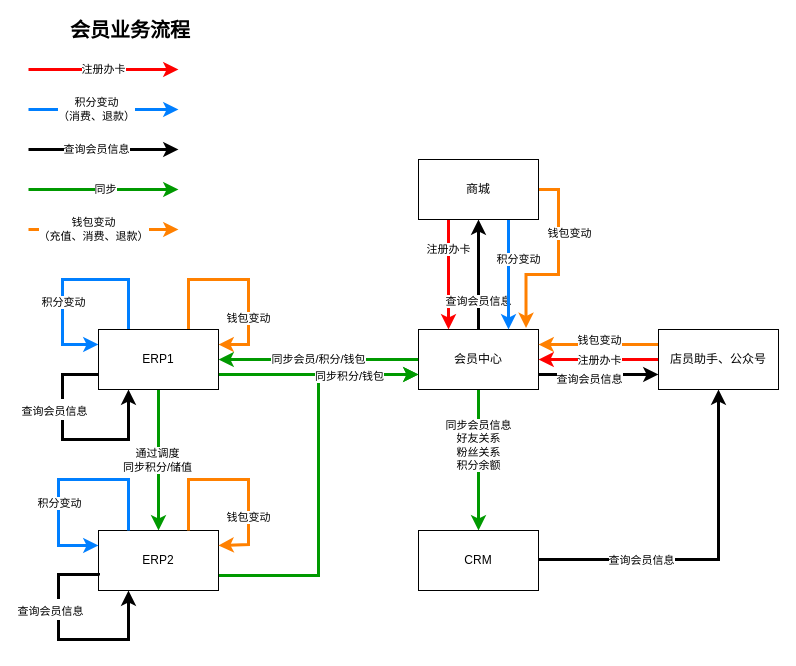
Before: page "会员业务流程" (1 of 13) of 多ERP会员流程.drawio in JustDoItHilary/HilarysTraining, a draw.io diagram. Source tidied: cells renumbered, new cells numbered last; positions are measured from the earlier drawing's top-left corner, leaving out a move shared by most shapes. Both pictures are drawn from the tidied source at 100%, with x=0, y=0 at pixel (28, 19).
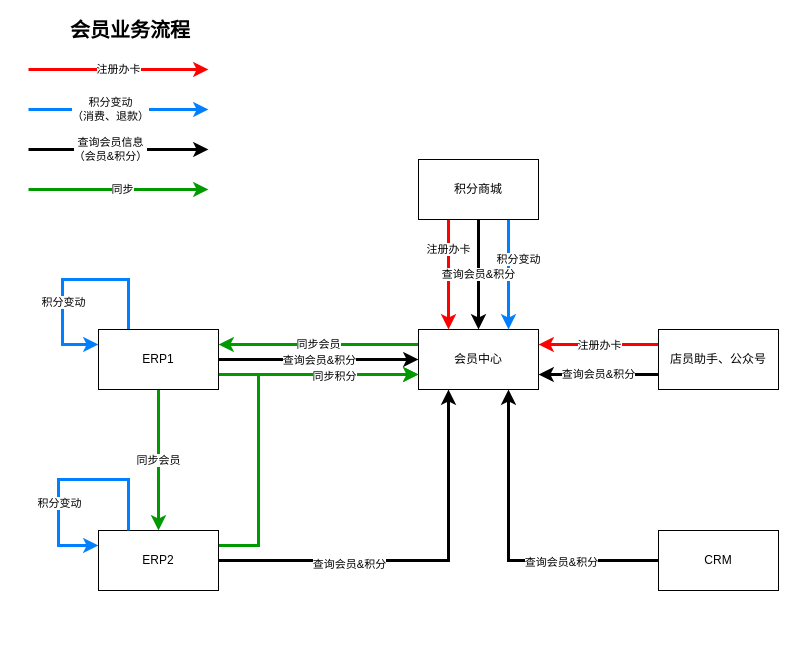
Above is the later version.

The change refers to these unchanged cells:
```xml
<mxCell id="6" value="会员中心" style="rounded=0;whiteSpace=wrap;html=1;" parent="1" vertex="1">
  <mxGeometry x="390" y="310" width="120" height="60" as="geometry" />
</mxCell>
<mxCell id="18" value="店员助手、公众号" style="rounded=0;whiteSpace=wrap;html=1;" parent="1" vertex="1">
  <mxGeometry x="630" y="310" width="120" height="60" as="geometry" />
</mxCell>
<mxCell id="37" value="ERP1" style="rounded=0;whiteSpace=wrap;html=1;" parent="1" vertex="1">
  <mxGeometry x="70" y="310" width="120" height="60" as="geometry" />
</mxCell>
<mxCell id="40" value="ERP2" style="rounded=0;whiteSpace=wrap;html=1;" parent="1" vertex="1">
  <mxGeometry x="70" y="511" width="120" height="60" as="geometry" />
</mxCell>
```

The edit, as a diff of the source:
```diff
@@
-    <mxCell id="2" value="同步会员信息&lt;br&gt;好友关系&lt;br&gt;粉丝关系&lt;br&gt;积分余额" style="edgeStyle=orthogonalEdgeStyle;rounded=0;jettySize=auto;html=1;exitX=0.5;exitY=1;exitDx=0;exitDy=0;entryX=0.5;entryY=0;entryDx=0;entryDy=0;fillColor=#fff2cc;strokeWidth=3;strokeColor=#009900;" parent="1" edge="1" source="6" target="34">
-      <mxGeometry x="-0.2" relative="1" as="geometry" />
-    </mxCell>
-    <mxCell id="3" style="edgeStyle=orthogonalEdgeStyle;rounded=0;jettySize=auto;html=1;exitX=1;exitY=0.75;exitDx=0;exitDy=0;entryX=0;entryY=0.75;entryDx=0;entryDy=0;fontSize=18;strokeWidth=3;" parent="1" edge="1" source="6" target="18">
-      <mxGeometry relative="1" as="geometry" />
-    </mxCell>
-    <mxCell id="4" value="&lt;span style=&quot;font-size: 11px&quot;&gt;查询会员信息&lt;/span&gt;" style="edgeLabel;html=1;align=center;verticalAlign=middle;fontSize=18;" parent="3" vertex="1">
-      <mxGeometry x="-0.17" y="-2" relative="1" as="geometry" />
-    </mxCell>
-    <mxCell id="5" value="同步会员/积分/钱包" style="edgeStyle=orthogonalEdgeStyle;rounded=0;jettySize=auto;html=1;exitX=0;exitY=0.5;exitDx=0;exitDy=0;entryX=1;entryY=0.5;entryDx=0;entryDy=0;strokeColor=#009900;strokeWidth=3;" parent="1" edge="1" source="6" target="37">
+    <mxCell id="5" value="同步会员" style="edgeStyle=orthogonalEdgeStyle;rounded=0;jettySize=auto;html=1;exitX=0;exitY=0.25;exitDx=0;exitDy=0;entryX=1;entryY=0.25;entryDx=0;entryDy=0;strokeColor=#009900;strokeWidth=3;" parent="1" edge="1" source="6" target="37">
       <mxGeometry relative="1" as="geometry" />
     </mxCell>
@@
-    <mxCell id="8" value="查询会员信息" style="edgeStyle=orthogonalEdgeStyle;rounded=0;jettySize=auto;html=1;exitX=0.5;exitY=0;exitDx=0;exitDy=0;entryX=0.5;entryY=1;entryDx=0;entryDy=0;strokeWidth=3;" parent="1" edge="1" source="6" target="12">
-      <mxGeometry x="-0.5" relative="1" as="geometry">
-        <Array as="points">
-          <mxPoint x="450" y="200" />
-        </Array>
-      </mxGeometry>
-    </mxCell>
@@
-    <mxCell id="10" style="edgeStyle=orthogonalEdgeStyle;rounded=0;jettySize=auto;html=1;exitX=1;exitY=0.5;exitDx=0;exitDy=0;entryX=0.896;entryY=-0.025;entryDx=0;entryDy=0;strokeColor=#FF8000;strokeWidth=3;entryPerimeter=0;" parent="1" edge="1" source="12" target="6">
+    <mxCell id="10" value="查询会员&amp;amp;积分" style="edgeStyle=orthogonalEdgeStyle;rounded=0;comic=0;jumpStyle=arc;jettySize=auto;html=1;exitX=0.5;exitY=1;exitDx=0;exitDy=0;strokeColor=#000000;strokeWidth=3;" parent="1" edge="1" source="12" target="6">
       <mxGeometry relative="1" as="geometry" />
     </mxCell>
-    <mxCell id="11" value="钱包变动" style="edgeLabel;html=1;align=center;verticalAlign=middle;" parent="10" vertex="1">
-      <mxGeometry x="-0.47" y="1" relative="1" as="geometry">
-        <mxPoint x="9" y="12" as="offset" />
-      </mxGeometry>
-    </mxCell>
-    <mxCell id="12" value="商城" style="rounded=0;whiteSpace=wrap;html=1;" parent="1" vertex="1">
+    <mxCell id="12" value="积分商城" style="rounded=0;whiteSpace=wrap;html=1;" parent="1" vertex="1">
       <mxGeometry x="390" y="140" width="120" height="60" as="geometry" />
     </mxCell>
-    <mxCell id="13" value="钱包变动" style="edgeStyle=orthogonalEdgeStyle;rounded=0;orthogonalLoop=1;jettySize=auto;html=1;exitX=0.75;exitY=0;exitDx=0;exitDy=0;entryX=1;entryY=0.25;entryDx=0;entryDy=0;strokeColor=#FF8000;strokeWidth=3;" parent="1" edge="1" source="37" target="37">
-      <mxGeometry x="0.45" relative="1" as="geometry">
-        <Array as="points">
-          <mxPoint x="160" y="260" />
-          <mxPoint x="220" y="260" />
-          <mxPoint x="220" y="325" />
-        </Array>
-      </mxGeometry>
-    </mxCell>
-    <mxCell id="14" style="edgeStyle=orthogonalEdgeStyle;rounded=0;jettySize=auto;html=1;entryX=1;entryY=0.5;entryDx=0;entryDy=0;fillColor=#f8cecc;strokeColor=#FF0000;strokeWidth=3;exitX=0;exitY=0.5;exitDx=0;exitDy=0;" parent="1" edge="1" source="18" target="6">
+    <mxCell id="14" style="edgeStyle=orthogonalEdgeStyle;rounded=0;jettySize=auto;html=1;entryX=1;entryY=0.25;entryDx=0;entryDy=0;fillColor=#f8cecc;strokeColor=#FF0000;strokeWidth=3;exitX=0;exitY=0.25;exitDx=0;exitDy=0;" parent="1" edge="1" source="18" target="6">
       <mxGeometry relative="1" as="geometry">
         <Array as="points">
-          <mxPoint x="570" y="340" />
-          <mxPoint x="570" y="340" />
+          <mxPoint x="620" y="325" />
+          <mxPoint x="620" y="325" />
         </Array>
       </mxGeometry>
     </mxCell>
@@
-    <mxCell id="16" style="edgeStyle=orthogonalEdgeStyle;rounded=0;jettySize=auto;html=1;exitX=0;exitY=0.25;exitDx=0;exitDy=0;entryX=1;entryY=0.25;entryDx=0;entryDy=0;strokeColor=#FF8000;strokeWidth=3;" parent="1" edge="1" source="18" target="6">
+    <mxCell id="16" value="查询会员&amp;amp;积分" style="edgeStyle=orthogonalEdgeStyle;rounded=0;comic=0;jumpStyle=arc;jettySize=auto;html=1;exitX=0;exitY=0.75;exitDx=0;exitDy=0;entryX=1;entryY=0.75;entryDx=0;entryDy=0;strokeColor=#000000;strokeWidth=3;" parent="1" edge="1" source="18" target="6">
       <mxGeometry relative="1" as="geometry" />
     </mxCell>
-    <mxCell id="17" value="钱包变动" style="edgeLabel;html=1;align=center;verticalAlign=middle;" parent="16" vertex="1">
-      <mxGeometry x="-0.07" y="1" relative="1" as="geometry">
-        <mxPoint x="-4" y="-6" as="offset" />
-      </mxGeometry>
-    </mxCell>
@@
-    <mxCell id="19" style="edgeStyle=orthogonalEdgeStyle;rounded=0;jettySize=auto;html=1;exitX=1;exitY=0.5;exitDx=0;exitDy=0;strokeColor=#000000;strokeWidth=3;entryX=0.5;entryY=1;entryDx=0;entryDy=0;" parent="1" edge="1" source="34" target="18">
-      <mxGeometry relative="1" as="geometry">
-        <Array as="points">
-          <mxPoint x="510" y="540" />
-          <mxPoint x="690" y="540" />
-        </Array>
-      </mxGeometry>
-    </mxCell>
-    <mxCell id="20" value="查询会员信息" style="edgeLabel;html=1;align=center;verticalAlign=middle;" parent="19" vertex="1">
-      <mxGeometry x="-0.31" y="-4" relative="1" as="geometry">
-        <mxPoint x="-17.6" y="-4" as="offset" />
-      </mxGeometry>
-    </mxCell>
     <mxCell id="21" value="注册办卡" style="edgeStyle=orthogonalEdgeStyle;rounded=0;orthogonalLoop=1;jettySize=auto;html=1;fillColor=#f8cecc;strokeColor=#FF0000;strokeWidth=3;" parent="1" edge="1">
       <mxGeometry relative="1" as="geometry">
         <mxPoint y="50" as="sourcePoint" />
-        <mxPoint x="150" y="50" as="targetPoint" />
+        <mxPoint x="180" y="50" as="targetPoint" />
         <Array as="points">
           <mxPoint x="40" y="50" />
         </Array>
       </mxGeometry>
     </mxCell>
     <mxCell id="22" value="积分变动&lt;br&gt;（消费、退款）" style="edgeStyle=orthogonalEdgeStyle;rounded=0;orthogonalLoop=1;jettySize=auto;html=1;fillColor=#dae8fc;strokeColor=#007FFF;strokeWidth=3;" parent="1" edge="1">
       <mxGeometry x="-0.09" relative="1" as="geometry">
         <mxPoint y="90" as="sourcePoint" />
-        <mxPoint x="150" y="90" as="targetPoint" />
+        <mxPoint x="180" y="90" as="targetPoint" />
       </mxGeometry>
     </mxCell>
-    <mxCell id="23" value="查询会员信息" style="edgeStyle=orthogonalEdgeStyle;rounded=0;orthogonalLoop=1;jettySize=auto;html=1;strokeWidth=3;" parent="1" edge="1">
+    <mxCell id="23" value="查询会员信息&lt;br&gt;（会员&amp;amp;积分）" style="edgeStyle=orthogonalEdgeStyle;rounded=0;orthogonalLoop=1;jettySize=auto;html=1;strokeWidth=3;" parent="1" edge="1">
       <mxGeometry x="-0.09" relative="1" as="geometry">
         <mxPoint y="130" as="sourcePoint" />
-        <mxPoint x="150" y="130" as="targetPoint" />
+        <mxPoint x="180" y="130" as="targetPoint" />
         <Array as="points">
           <mxPoint x="40" y="130" />
         </Array>
       </mxGeometry>
     </mxCell>
-    <mxCell id="24" style="edgeStyle=orthogonalEdgeStyle;rounded=0;orthogonalLoop=1;jettySize=auto;html=1;exitX=0;exitY=0.75;exitDx=0;exitDy=0;strokeWidth=3;fontSize=18;entryX=0.25;entryY=1;entryDx=0;entryDy=0;" parent="1" edge="1" source="37" target="37">
-      <mxGeometry relative="1" as="geometry">
-        <Array as="points">
-          <mxPoint x="34" y="355" />
-          <mxPoint x="34" y="420" />
-          <mxPoint x="100" y="420" />
-        </Array>
-      </mxGeometry>
-    </mxCell>
-    <mxCell id="25" value="&lt;span style=&quot;font-size: 11px&quot;&gt;查询会员信息&lt;/span&gt;" style="edgeLabel;html=1;align=center;verticalAlign=middle;fontSize=18;" parent="24" vertex="1">
-      <mxGeometry x="0.22" relative="1" as="geometry">
-        <mxPoint x="-39.6" y="-30.1" as="offset" />
-      </mxGeometry>
-    </mxCell>
@@
     <mxCell id="27" style="edgeStyle=orthogonalEdgeStyle;rounded=0;orthogonalLoop=1;jettySize=auto;html=1;fillColor=#fff2cc;strokeWidth=3;strokeColor=#009900;" parent="1" edge="1">
       <mxGeometry relative="1" as="geometry">
         <mxPoint y="170" as="sourcePoint" />
-        <mxPoint x="150" y="170" as="targetPoint" />
+        <mxPoint x="180" y="170" as="targetPoint" />
         <Array as="points">
           <mxPoint x="70" y="170" />
           <mxPoint x="70" y="170" />
         </Array>
       </mxGeometry>
     </mxCell>
@@
-    <mxCell id="29" style="edgeStyle=orthogonalEdgeStyle;rounded=0;orthogonalLoop=1;jettySize=auto;html=1;fillColor=#fff2cc;strokeWidth=3;strokeColor=#FF8000;" parent="1" edge="1">
-      <mxGeometry relative="1" as="geometry">
-        <mxPoint y="210" as="sourcePoint" />
-        <mxPoint x="150" y="210" as="targetPoint" />
-        <Array as="points">
-          <mxPoint x="70" y="210" />
-          <mxPoint x="70" y="210" />
-        </Array>
-      </mxGeometry>
-    </mxCell>
-    <mxCell id="30" value="钱包变动&lt;br&gt;（充值、消费、退款）" style="edgeLabel;html=1;align=center;verticalAlign=middle;" parent="29" vertex="1">
-      <mxGeometry x="0.17" y="1" relative="1" as="geometry">
-        <mxPoint x="-24" as="offset" />
-      </mxGeometry>
-    </mxCell>
@@
+    <mxCell id="46" style="edgeStyle=orthogonalEdgeStyle;rounded=0;comic=0;jumpStyle=arc;jettySize=auto;html=1;exitX=0;exitY=0.5;exitDx=0;exitDy=0;entryX=0.75;entryY=1;entryDx=0;entryDy=0;strokeColor=#000000;strokeWidth=3;" parent="1" edge="1" source="34" target="6">
+      <mxGeometry relative="1" as="geometry" />
+    </mxCell>
+    <mxCell id="47" value="查询会员&amp;amp;积分" style="edgeLabel;html=1;align=center;verticalAlign=middle;" parent="46" vertex="1">
+      <mxGeometry x="-0.39" y="1" relative="1" as="geometry" />
+    </mxCell>
     <mxCell id="34" value="CRM" style="rounded=0;whiteSpace=wrap;html=1;" parent="1" vertex="1">
-      <mxGeometry x="390" y="511" width="120" height="60" as="geometry" />
+      <mxGeometry x="630" y="511" width="120" height="60" as="geometry" />
     </mxCell>
-    <mxCell id="35" style="edgeStyle=orthogonalEdgeStyle;rounded=0;jettySize=auto;html=1;exitX=0.5;exitY=1;exitDx=0;exitDy=0;entryX=0.5;entryY=0;entryDx=0;entryDy=0;strokeColor=#009900;strokeWidth=3;" parent="1" edge="1" source="37" target="40">
+    <mxCell id="35" value="同步会员" style="edgeStyle=orthogonalEdgeStyle;rounded=0;jettySize=auto;html=1;exitX=0.5;exitY=1;exitDx=0;exitDy=0;strokeColor=#009900;strokeWidth=3;" parent="1" edge="1" source="37" target="40">
       <mxGeometry relative="1" as="geometry" />
     </mxCell>
-    <mxCell id="36" value="通过调度&lt;br&gt;同步积分/储值" style="edgeLabel;html=1;align=center;verticalAlign=middle;" parent="35" vertex="1">
-      <mxGeometry x="-0.25" y="-2" relative="1" as="geometry">
-        <mxPoint y="17" as="offset" />
-      </mxGeometry>
-    </mxCell>
+    <mxCell id="48" style="edgeStyle=orthogonalEdgeStyle;rounded=0;comic=0;jumpStyle=arc;jettySize=auto;html=1;exitX=1;exitY=0.5;exitDx=0;exitDy=0;strokeColor=#000000;strokeWidth=3;" parent="1" edge="1" source="37" target="6">
+      <mxGeometry relative="1" as="geometry" />
+    </mxCell>
+    <mxCell id="49" value="查询会员&amp;amp;积分" style="edgeLabel;html=1;align=center;verticalAlign=middle;" parent="48" vertex="1">
+      <mxGeometry x="0.22" y="-1" relative="1" as="geometry">
+        <mxPoint x="-22" y="-1" as="offset" />
+      </mxGeometry>
+    </mxCell>
@@
-    <mxCell id="38" style="edgeStyle=orthogonalEdgeStyle;rounded=0;jettySize=auto;html=1;exitX=1;exitY=0.75;exitDx=0;exitDy=0;entryX=0;entryY=0.75;entryDx=0;entryDy=0;strokeColor=#009900;strokeWidth=3;" parent="1" edge="1" source="40" target="6">
-      <mxGeometry relative="1" as="geometry" />
+    <mxCell id="38" style="edgeStyle=orthogonalEdgeStyle;rounded=0;jettySize=auto;html=1;exitX=1;exitY=0.25;exitDx=0;exitDy=0;entryX=0;entryY=0.75;entryDx=0;entryDy=0;strokeColor=#009900;strokeWidth=3;" parent="1" edge="1" source="40" target="6">
+      <mxGeometry relative="1" as="geometry">
+        <Array as="points">
+          <mxPoint x="230" y="526" />
+          <mxPoint x="230" y="355" />
+        </Array>
+      </mxGeometry>
     </mxCell>
-    <mxCell id="39" value="同步积分/钱包" style="edgeLabel;html=1;align=center;verticalAlign=middle;" parent="38" vertex="1">
-      <mxGeometry x="0.65" y="-1" relative="1" as="geometry" />
+    <mxCell id="39" value="同步积分" style="edgeLabel;html=1;align=center;verticalAlign=middle;" parent="38" vertex="1">
+      <mxGeometry x="0.65" y="-1" relative="1" as="geometry">
+        <mxPoint x="-20" as="offset" />
+      </mxGeometry>
     </mxCell>
+    <mxCell id="50" style="edgeStyle=orthogonalEdgeStyle;rounded=0;comic=0;jumpStyle=arc;jettySize=auto;html=1;exitX=1;exitY=0.5;exitDx=0;exitDy=0;entryX=0.25;entryY=1;entryDx=0;entryDy=0;strokeColor=#000000;strokeWidth=3;" parent="1" edge="1" source="40" target="6">
+      <mxGeometry relative="1" as="geometry" />
+    </mxCell>
+    <mxCell id="51" value="查询会员&amp;amp;积分" style="edgeLabel;html=1;align=center;verticalAlign=middle;" parent="50" vertex="1">
+      <mxGeometry x="-0.35" y="-3" relative="1" as="geometry" />
+    </mxCell>
@@
-    <mxCell id="43" style="edgeStyle=orthogonalEdgeStyle;rounded=0;orthogonalLoop=1;jettySize=auto;html=1;exitX=0;exitY=0.75;exitDx=0;exitDy=0;strokeWidth=3;fontSize=18;entryX=0.25;entryY=1;entryDx=0;entryDy=0;" parent="1" edge="1" source="40" target="40">
-      <mxGeometry relative="1" as="geometry">
-        <Array as="points">
-          <mxPoint x="70" y="555" />
-          <mxPoint x="30" y="555" />
-          <mxPoint x="30" y="620" />
-          <mxPoint x="100" y="620" />
-        </Array>
-      </mxGeometry>
-    </mxCell>
-    <mxCell id="44" value="&lt;span style=&quot;font-size: 11px&quot;&gt;查询会员信息&lt;/span&gt;" style="edgeLabel;html=1;align=center;verticalAlign=middle;fontSize=18;" parent="43" vertex="1">
-      <mxGeometry x="0.22" relative="1" as="geometry">
-        <mxPoint x="-39.6" y="-30.1" as="offset" />
-      </mxGeometry>
-    </mxCell>
-    <mxCell id="45" value="钱包变动" style="edgeStyle=orthogonalEdgeStyle;rounded=0;orthogonalLoop=1;jettySize=auto;html=1;exitX=0.75;exitY=0;exitDx=0;exitDy=0;entryX=1;entryY=0.25;entryDx=0;entryDy=0;strokeColor=#FF8000;strokeWidth=3;" parent="1" edge="1" source="40" target="40">
-      <mxGeometry x="0.45" relative="1" as="geometry">
-        <Array as="points">
-          <mxPoint x="160" y="460" />
-          <mxPoint x="220" y="460" />
-          <mxPoint x="220" y="525" />
-        </Array>
-      </mxGeometry>
-    </mxCell>
```
